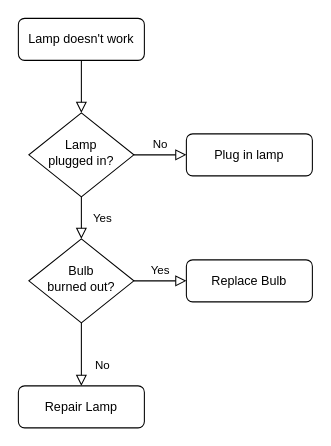
The draw.io diagram veikals.drawio in Selgascepums/Skola, before the edit. Source tidied: cells renumbered, new cells numbered last; positions are measured from the earlier drawing's top-left corner, leaving out a move shared by most shapes. Both pictures are drawn from the tidied source at 105%, with x=0, y=0 at pixel (18, 18).
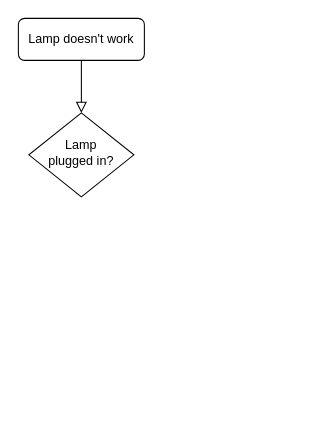
Above is the later version.

Diff of the diagram source:
```diff
@@
 <mxGraphModel>
   <root>
     <mxCell id="0" />
     <mxCell id="1" parent="0" />
     <mxCell id="2" style="rounded=0;html=1;jettySize=auto;fontSize=11;endArrow=block;endFill=0;endSize=8;strokeWidth=1;shadow=0;labelBackgroundColor=none;edgeStyle=orthogonalEdgeStyle;" parent="1" edge="1" source="3" target="6">
       <mxGeometry relative="1" as="geometry" />
     </mxCell>
     <mxCell id="3" value="Lamp doesn't work" style="rounded=1;whiteSpace=wrap;html=1;fontSize=12;glass=0;strokeWidth=1;shadow=0;" parent="1" vertex="1">
       <mxGeometry width="120" height="40" as="geometry" />
     </mxCell>
-    <mxCell id="4" value="Yes" style="rounded=0;html=1;jettySize=auto;fontSize=11;endArrow=block;endFill=0;endSize=8;strokeWidth=1;shadow=0;labelBackgroundColor=none;edgeStyle=orthogonalEdgeStyle;" parent="1" edge="1" source="6" target="10">
-      <mxGeometry y="20" relative="1" as="geometry" />
-    </mxCell>
-    <mxCell id="5" value="No" style="edgeStyle=orthogonalEdgeStyle;rounded=0;html=1;jettySize=auto;fontSize=11;endArrow=block;endFill=0;endSize=8;strokeWidth=1;shadow=0;labelBackgroundColor=none;" parent="1" edge="1" source="6" target="7">
-      <mxGeometry y="10" relative="1" as="geometry" />
-    </mxCell>
     <mxCell id="6" value="Lamp&lt;br&gt;plugged in?" style="rhombus;whiteSpace=wrap;html=1;shadow=0;fontFamily=Helvetica;fontSize=12;align=center;strokeWidth=1;spacing=6;spacingTop=-4;" parent="1" vertex="1">
       <mxGeometry x="10" y="90" width="100" height="80" as="geometry" />
     </mxCell>
-    <mxCell id="7" value="Plug in lamp" style="rounded=1;whiteSpace=wrap;html=1;fontSize=12;glass=0;strokeWidth=1;shadow=0;" parent="1" vertex="1">
-      <mxGeometry x="160" y="110" width="120" height="40" as="geometry" />
-    </mxCell>
-    <mxCell id="8" value="No" style="rounded=0;html=1;jettySize=auto;fontSize=11;endArrow=block;endFill=0;endSize=8;strokeWidth=1;shadow=0;labelBackgroundColor=none;edgeStyle=orthogonalEdgeStyle;" parent="1" edge="1" source="10" target="11">
-      <mxGeometry x="0.33" y="20" relative="1" as="geometry" />
-    </mxCell>
-    <mxCell id="9" value="Yes" style="edgeStyle=orthogonalEdgeStyle;rounded=0;html=1;jettySize=auto;fontSize=11;endArrow=block;endFill=0;endSize=8;strokeWidth=1;shadow=0;labelBackgroundColor=none;" parent="1" edge="1" source="10" target="12">
-      <mxGeometry y="10" relative="1" as="geometry" />
-    </mxCell>
-    <mxCell id="10" value="Bulb&lt;br&gt;burned out?" style="rhombus;whiteSpace=wrap;html=1;shadow=0;fontFamily=Helvetica;fontSize=12;align=center;strokeWidth=1;spacing=6;spacingTop=-4;" parent="1" vertex="1">
-      <mxGeometry x="10" y="210" width="100" height="80" as="geometry" />
-    </mxCell>
-    <mxCell id="11" value="Repair Lamp" style="rounded=1;whiteSpace=wrap;html=1;fontSize=12;glass=0;strokeWidth=1;shadow=0;" parent="1" vertex="1">
-      <mxGeometry y="350" width="120" height="40" as="geometry" />
-    </mxCell>
-    <mxCell id="12" value="Replace Bulb" style="rounded=1;whiteSpace=wrap;html=1;fontSize=12;glass=0;strokeWidth=1;shadow=0;" parent="1" vertex="1">
-      <mxGeometry x="160" y="230" width="120" height="40" as="geometry" />
-    </mxCell>
   </root>
 </mxGraphModel>
```
